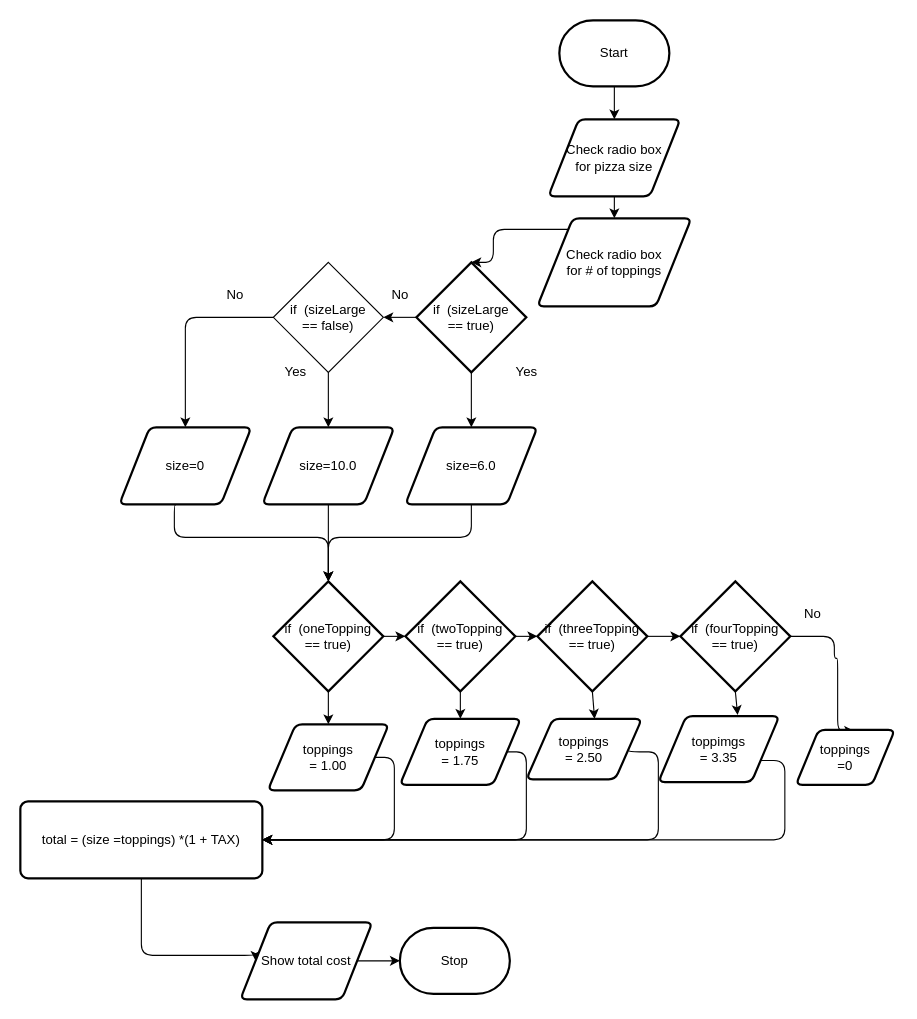
Above: design/flow-chart.drawio in Emmanuel-Fofeyin/ICS20assignment4-html (draw.io), before the change. Source tidied: cells renumbered, new cells numbered last; positions are measured from the earlier drawing's top-left corner, leaving out a move shared by most shapes. Both pictures are drawn from the tidied source at 110%, with x=0, y=0 at pixel (20, 20).
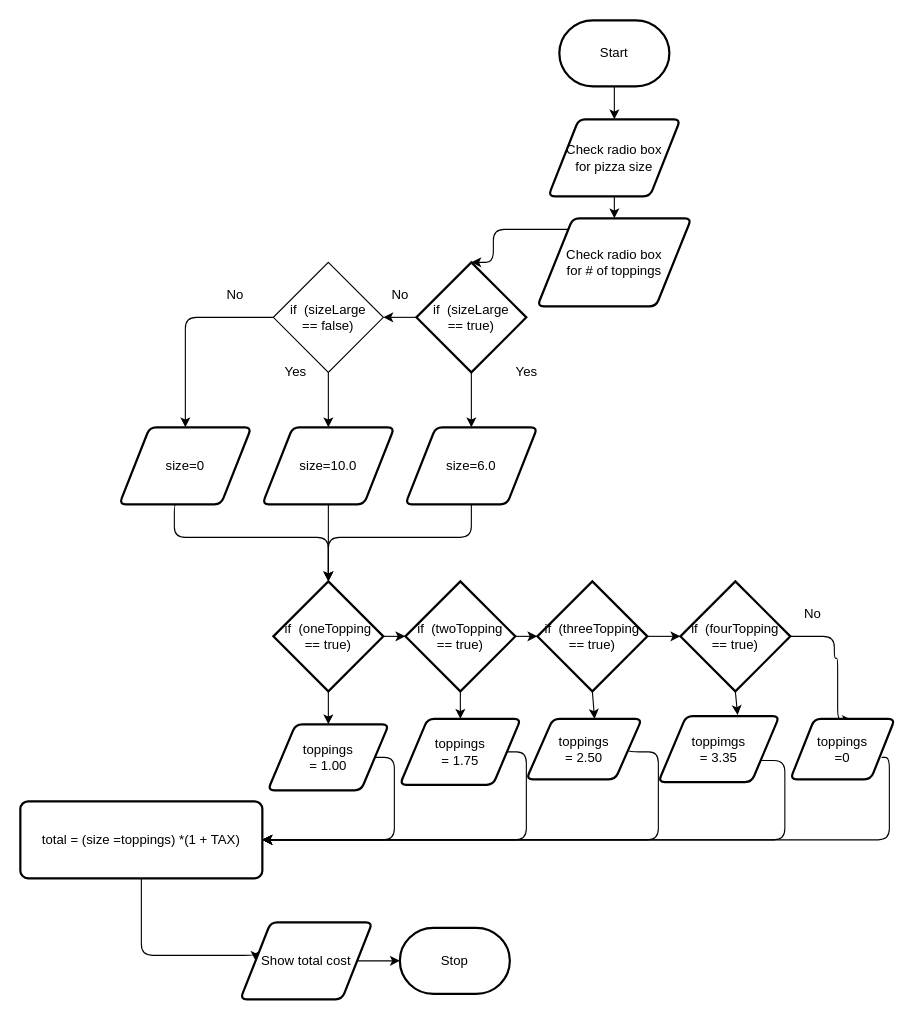
After the change.

The change refers to these unchanged cells:
```xml
<mxCell id="42" value="total = (size =toppings) *(1 + TAX)" style="rounded=1;whiteSpace=wrap;html=1;absoluteArcSize=1;arcSize=14;strokeWidth=2;" parent="1" vertex="1">
  <mxGeometry y="710" width="220" height="70" as="geometry" />
</mxCell>
```

Change to the diagram source:
```diff
@@
     <mxCell id="37" value="toppings&lt;br&gt;=0" style="shape=parallelogram;html=1;strokeWidth=2;perimeter=parallelogramPerimeter;whiteSpace=wrap;rounded=1;arcSize=12;size=0.23;" parent="1" vertex="1">
-      <mxGeometry x="705" y="645" width="90" height="50" as="geometry" />
+      <mxGeometry x="700" y="635" width="95" height="55" as="geometry" />
     </mxCell>
@@
+    <mxCell id="51" style="edgeStyle=segmentEdgeStyle;endArrow=classic;html=1;exitX=1;exitY=0.75;exitDx=0;exitDy=0;entryX=1;entryY=0.5;entryDx=0;entryDy=0;" parent="1" edge="1" target="42">
+      <mxGeometry relative="1" as="geometry">
+        <mxPoint x="783" y="670" as="sourcePoint" />
+        <Array as="points">
+          <mxPoint x="790" y="670" />
+          <mxPoint x="790" y="745" />
+        </Array>
+      </mxGeometry>
+    </mxCell>
```
